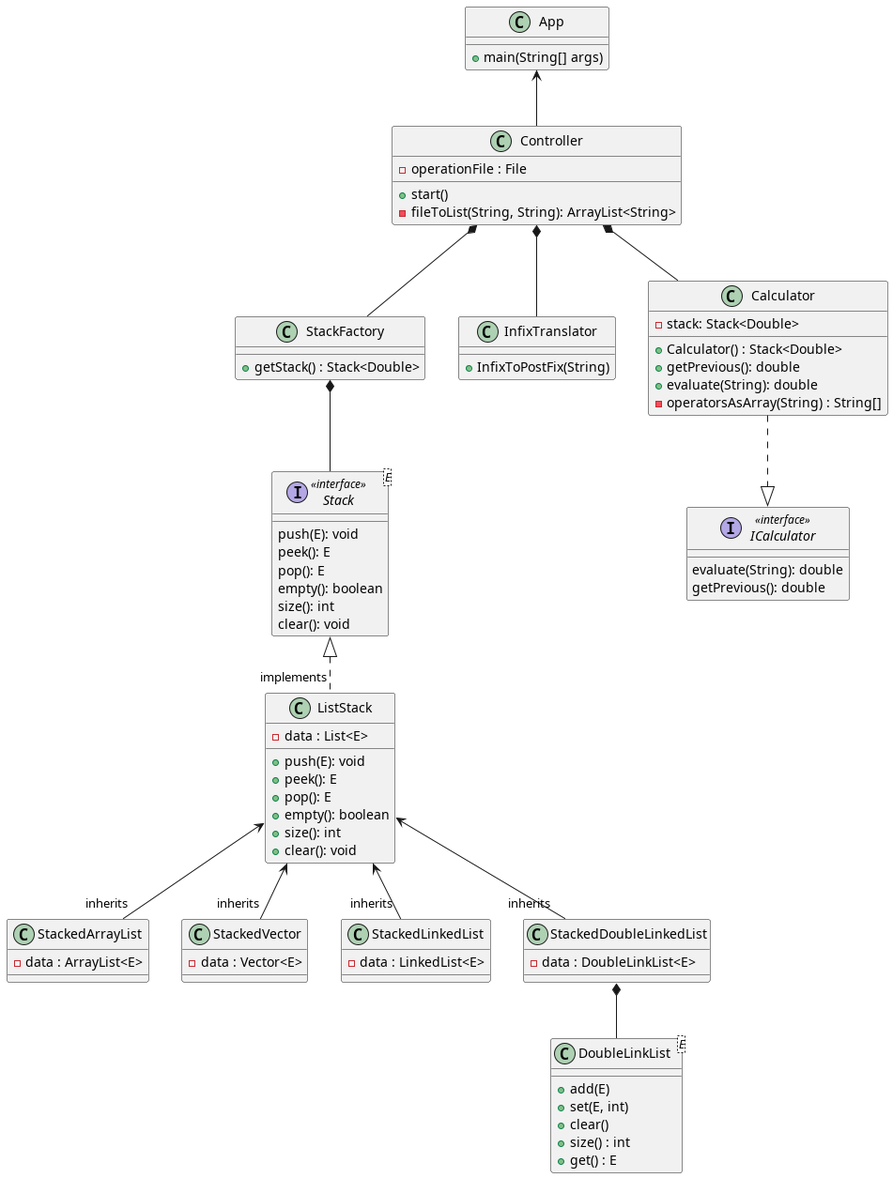
This is classesUML.png from DanielRasho/HT4-InfixCalculator, a PlantUML export, as it was before one commit.
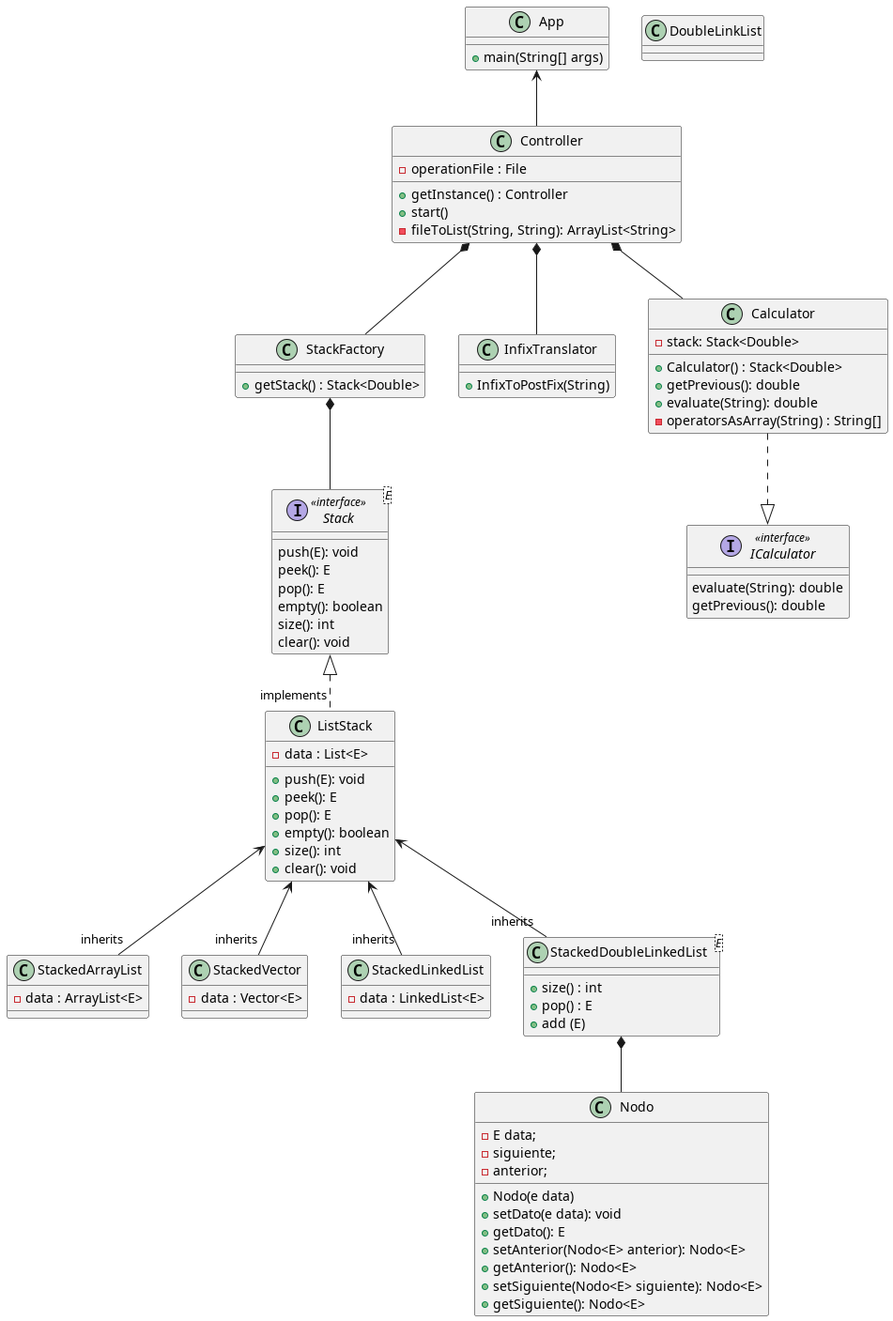
Later version of the same file.

Change to the diagram source:
```diff
@@ -34,8 +34,7 @@
 ListStack <-- "inherits" StackedLinkedList
 ListStack <-- "inherits" StackedDoubleLinkedList
 
-StackedDoubleLinkedList *-- DoubleLinkList
-
+StackedDoubleLinkedList *-- Nodo
 class App {
     + main(String[] args)
 }
@@ -50,6 +49,7 @@
 
 class Controller {
     - operationFile : File
+    + getInstance() : Controller
     + start()
     - fileToList(String, String): ArrayList<String>
 }
@@ -95,15 +95,24 @@
 class StackedLinkedList{
     - data : LinkedList<E>
 }
-class StackedDoubleLinkedList{
-    - data : DoubleLinkList<E>
+
+class StackedDoubleLinkedList <E>{
+    + size() : int
+    + pop() : E
+    + add (E)
 }
-class DoubleLinkList <E>{
-    + add(E)
-    + set(E, int)
-    + clear()
-    + size() : int
-    + get() : E
+
+class Nodo{
+    - E data;
+    - siguiente;
+    - anterior;
+    + Nodo(e data)
+    + setDato(e data): void
+    + getDato(): E
+    + setAnterior(Nodo<E> anterior): Nodo<E>
+    + getAnterior(): Nodo<E>
+    + setSiguiente(Nodo<E> siguiente): Nodo<E>
+    + getSiguiente(): Nodo<E>
 }
 
 @enduml
```
